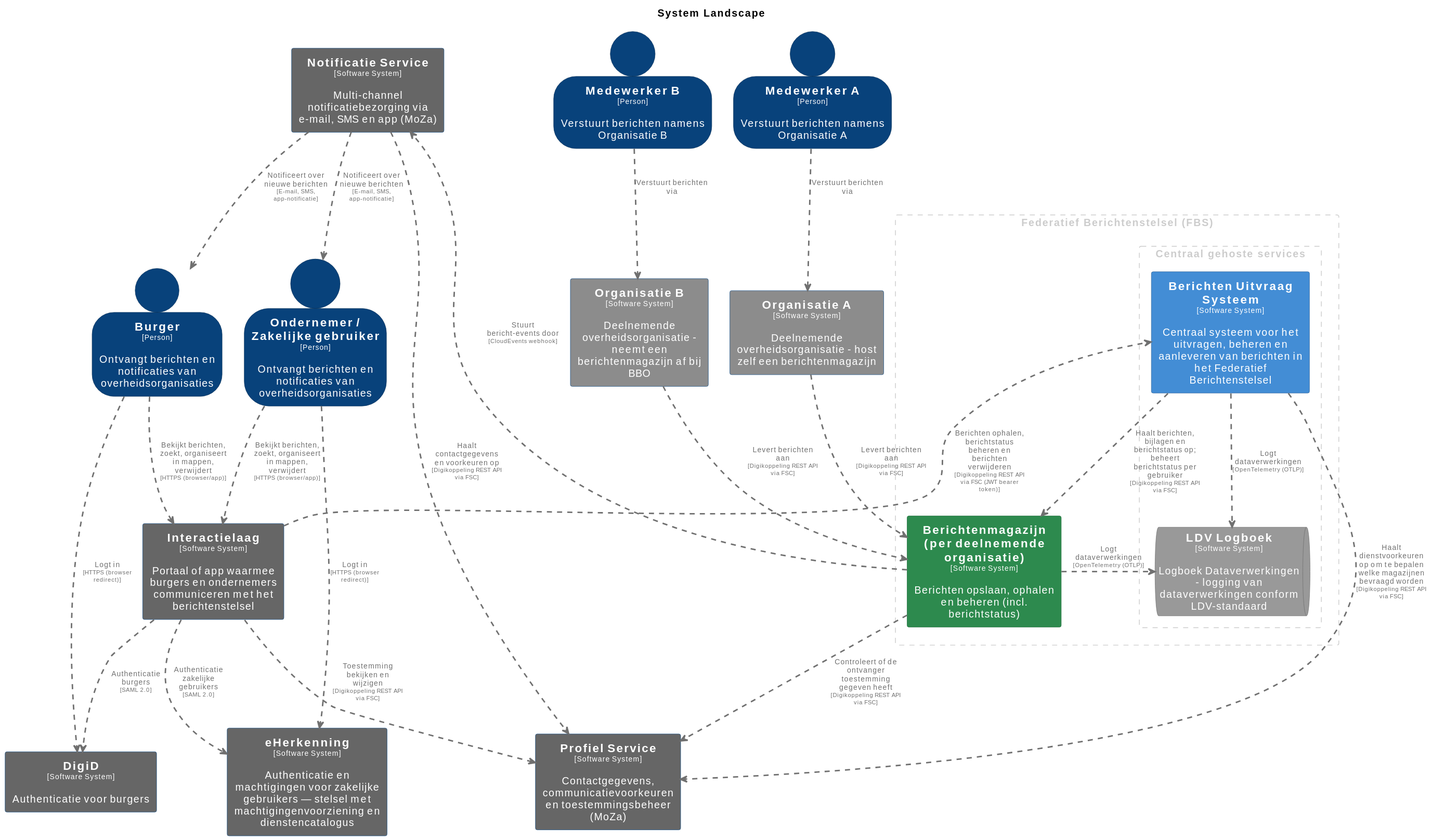
Earlier version of the PlantUML export pr-preview/pr-22/master/svg/SystemLandscape.svg (MinBZK/moza-poc-fbs-berichtenbox). Its source is kept beside it as pr-preview/pr-22/master/puml/SystemLandscape.puml.
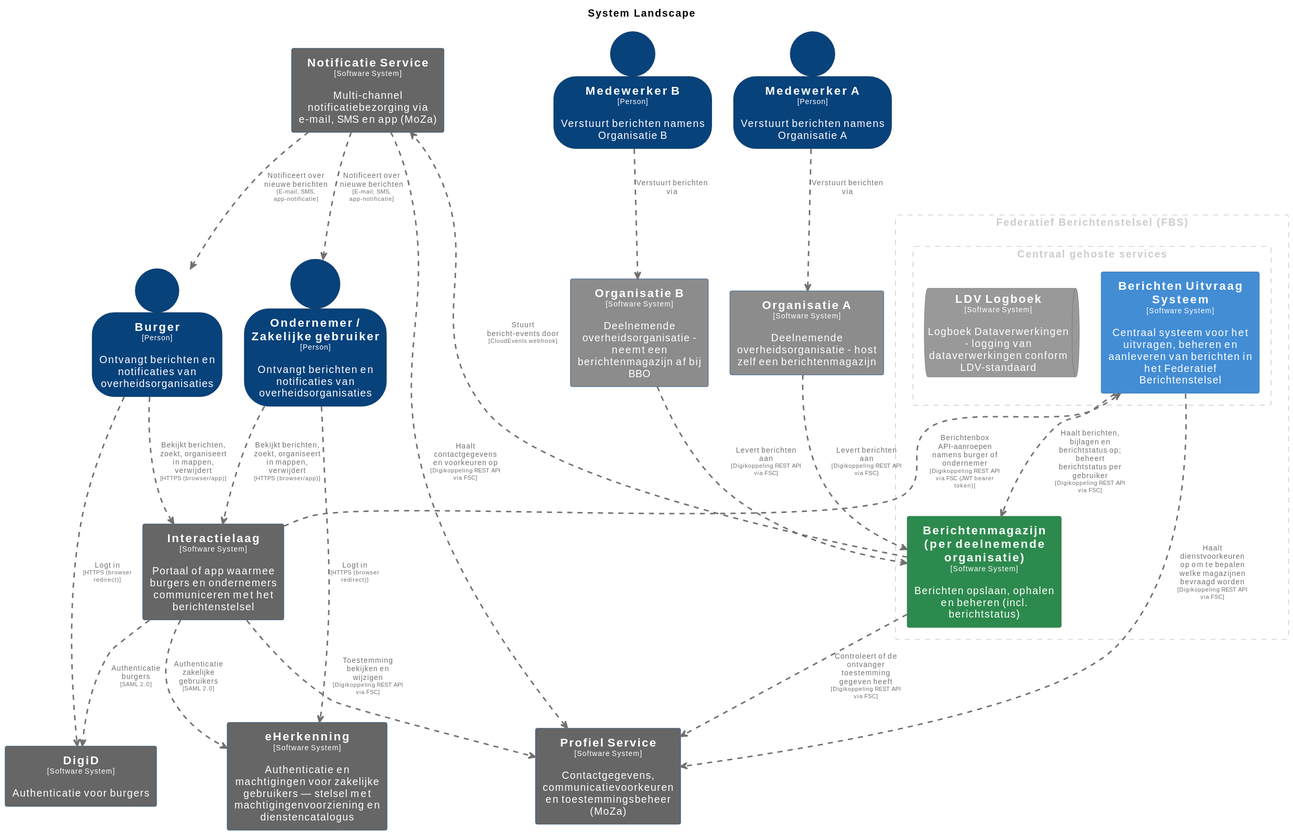
The same diagram one commit later.

Change to the diagram source:
```diff
@@ -129,12 +129,12 @@
 rectangle "==eHerkenning\n<size:10>[Software System]</size>\n\nAuthenticatie en machtigingen voor zakelijke gebruikers — stelsel met machtigingenvoorziening en dienstencatalogus" <<eHerkenning>> as eHerkenning
 rectangle "==DigiD\n<size:10>[Software System]</size>\n\nAuthenticatie voor burgers" <<DigiD>> as DigiD
 
+Berichtenmagazijnperdeelnemendeorganisatie .[#707070,thickness=2].> NotificatieService : "<color:#707070>Stuurt bericht-events door\n<color:#707070><size:8>[CloudEvents webhook]</size>"
+NotificatieService .[#707070,thickness=2].> ProfielService : "<color:#707070>Haalt contactgegevens en voorkeuren op\n<color:#707070><size:8>[Digikoppeling REST API via FSC]</size>"
 OrganisatieA .[#707070,thickness=2].> Berichtenmagazijnperdeelnemendeorganisatie : "<color:#707070>Levert berichten aan\n<color:#707070><size:8>[Digikoppeling REST API via FSC]</size>"
 OrganisatieB .[#707070,thickness=2].> Berichtenmagazijnperdeelnemendeorganisatie : "<color:#707070>Levert berichten aan\n<color:#707070><size:8>[Digikoppeling REST API via FSC]</size>"
 Berichtenmagazijnperdeelnemendeorganisatie .[#707070,thickness=2].> ProfielService : "<color:#707070>Controleert of de ontvanger toestemming gegeven heeft\n<color:#707070><size:8>[Digikoppeling REST API via FSC]</size>"
 BerichtenUitvraagSysteem .[#707070,thickness=2].> ProfielService : "<color:#707070>Haalt dienstvoorkeuren op om te bepalen welke magazijnen bevraagd worden\n<color:#707070><size:8>[Digikoppeling REST API via FSC]</size>"
-Berichtenmagazijnperdeelnemendeorganisatie .[#707070,thickness=2].> LDVLogboek : "<color:#707070>Logt dataverwerkingen\n<color:#707070><size:8>[OpenTelemetry (OTLP)]</size>"
-BerichtenUitvraagSysteem .[#707070,thickness=2].> LDVLogboek : "<color:#707070>Logt dataverwerkingen\n<color:#707070><size:8>[OpenTelemetry (OTLP)]</size>"
 BerichtenUitvraagSysteem .[#707070,thickness=2].> Berichtenmagazijnperdeelnemendeorganisatie : "<color:#707070>Haalt berichten, bijlagen en berichtstatus op; beheert berichtstatus per gebruiker\n<color:#707070><size:8>[Digikoppeling REST API via FSC]</size>"
 MedewerkerA .[#707070,thickness=2].> OrganisatieA : "<color:#707070>Verstuurt berichten via"
 MedewerkerB .[#707070,thickness=2].> OrganisatieB : "<color:#707070>Verstuurt berichten via"
@@ -144,10 +144,8 @@
 OndernemerZakelijkegebruiker .[#707070,thickness=2].> eHerkenning : "<color:#707070>Logt in\n<color:#707070><size:8>[HTTPS (browser redirect)]</size>"
 NotificatieService .[#707070,thickness=2].> Burger : "<color:#707070>Notificeert over nieuwe berichten\n<color:#707070><size:8>[E-mail, SMS, app-notificatie]</size>"
 NotificatieService .[#707070,thickness=2].> OndernemerZakelijkegebruiker : "<color:#707070>Notificeert over nieuwe berichten\n<color:#707070><size:8>[E-mail, SMS, app-notificatie]</size>"
-Interactielaag .[#707070,thickness=2].> BerichtenUitvraagSysteem : "<color:#707070>Berichten ophalen, berichtstatus beheren en berichten verwijderen\n<color:#707070><size:8>[Digikoppeling REST API via FSC (JWT bearer token)]</size>"
+Interactielaag .[#707070,thickness=2].> BerichtenUitvraagSysteem : "<color:#707070>Berichtenbox API-aanroepen namens burger of ondernemer\n<color:#707070><size:8>[Digikoppeling REST API via FSC (JWT bearer token)]</size>"
 Interactielaag .[#707070,thickness=2].> ProfielService : "<color:#707070>Toestemming bekijken en wijzigen\n<color:#707070><size:8>[Digikoppeling REST API via FSC]</size>"
 Interactielaag .[#707070,thickness=2].> DigiD : "<color:#707070>Authenticatie burgers\n<color:#707070><size:8>[SAML 2.0]</size>"
 Interactielaag .[#707070,thickness=2].> eHerkenning : "<color:#707070>Authenticatie zakelijke gebruikers\n<color:#707070><size:8>[SAML 2.0]</size>"
-Berichtenmagazijnperdeelnemendeorganisatie .[#707070,thickness=2].> NotificatieService : "<color:#707070>Stuurt bericht-events door\n<color:#707070><size:8>[CloudEvents webhook]</size>"
-NotificatieService .[#707070,thickness=2].> ProfielService : "<color:#707070>Haalt contactgegevens en voorkeuren op\n<color:#707070><size:8>[Digikoppeling REST API via FSC]</size>"
 @enduml
```
